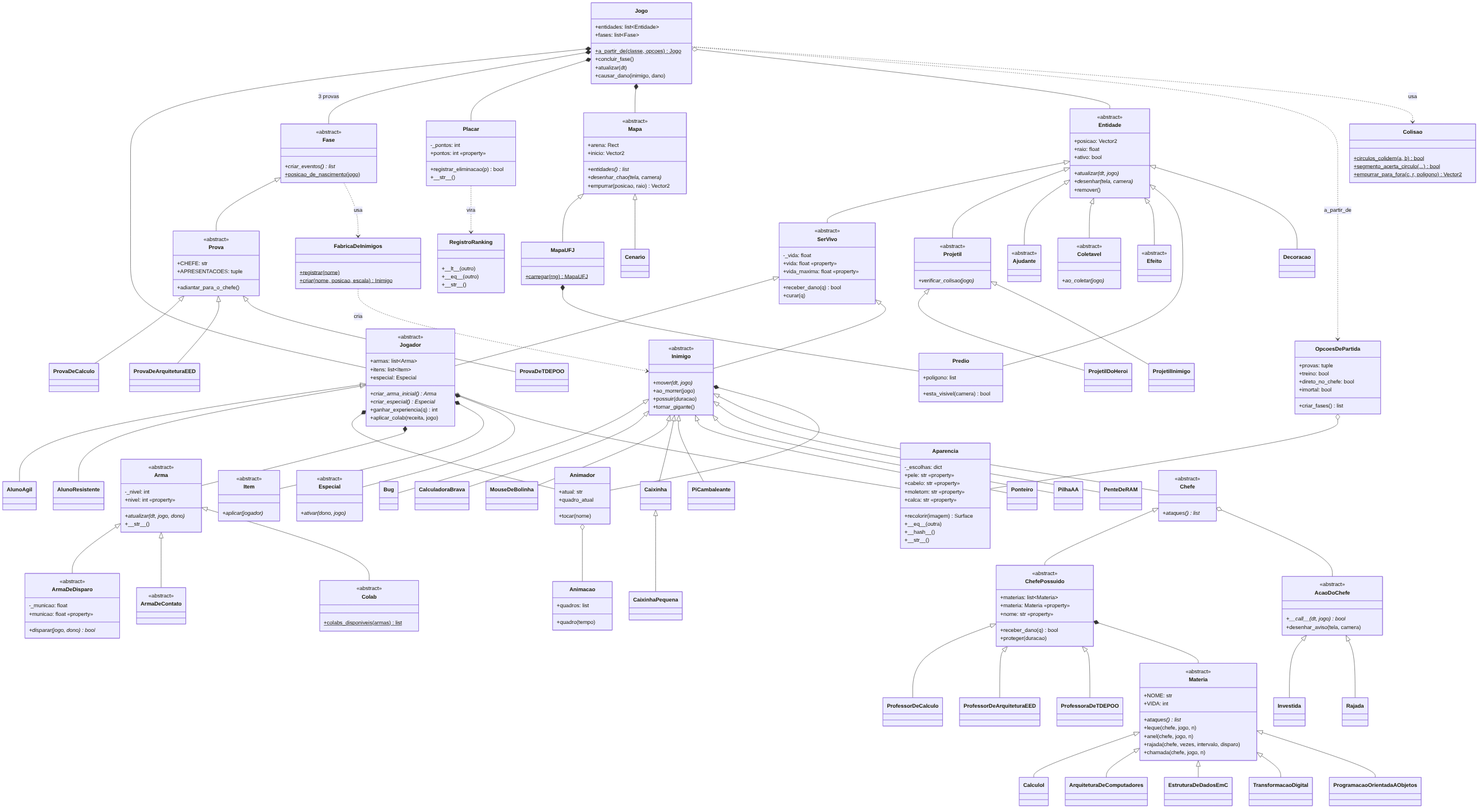
Earlier version of the Mermaid export docs/entregas/diagrama_classes.png (thallersubtil/UFJ-Survivors). Its source is kept beside it as docs/diagrama_classes.mmd.
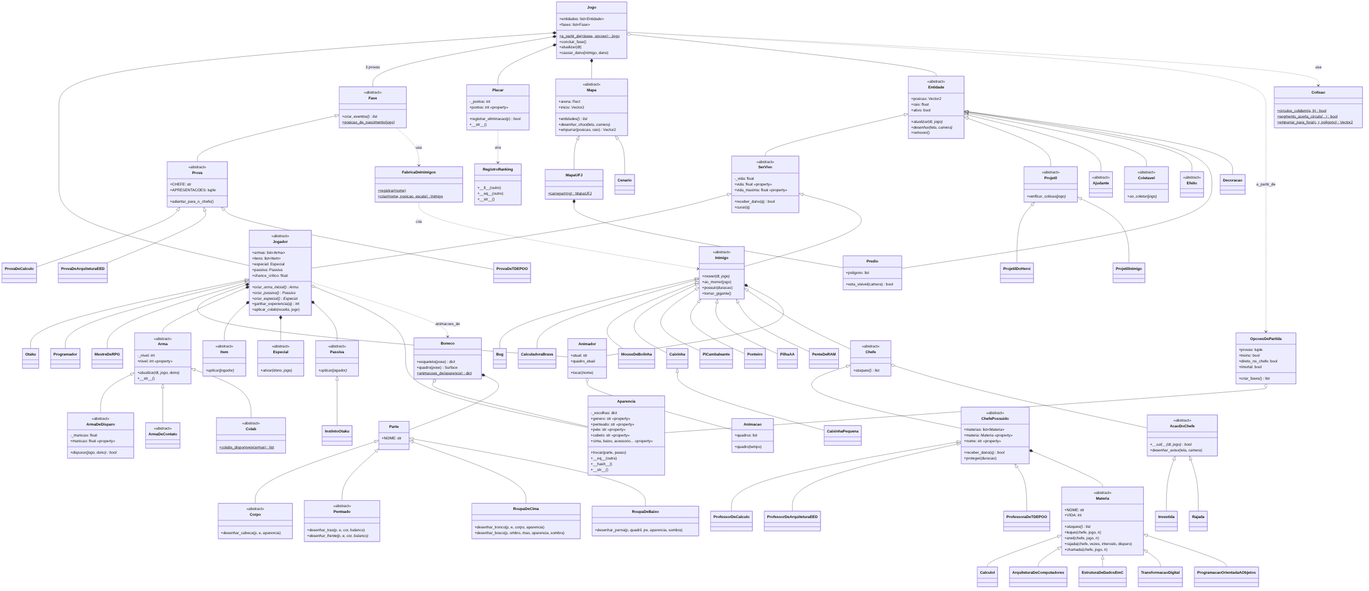
The same file after the commit.

Commit message:
Docs em dia: classes, vagas, boneco e personalização

The edit, as a diff of the source:
```diff
@@ -22,13 +22,17 @@
         +armas: list~Arma~
         +itens: list~Item~
         +especial: Especial
+        +passiva: Passiva
+        +chance_critico: float
         +criar_arma_inicial()* Arma
+        +criar_passiva()* Passiva
         +criar_especial()* Especial
         +ganhar_experiencia(q) int
         +aplicar_colab(receita, jogo)
     }
-    class AlunoAgil
-    class AlunoResistente
+    class Otaku
+    class Programador
+    class MestreDeRPG
     class Inimigo {
         <<abstract>>
         +mover(dt, jogo)*
@@ -126,6 +130,35 @@
         <<abstract>>
         +ativar(dono, jogo)*
     }
+    class Passiva {
+        <<abstract>>
+        +aplicar(jogador)*
+    }
+    class InstintoOtaku
+    class Boneco {
+        +esqueleto(pose) dict
+        +quadro(pose) Surface
+        +animacoes_de(aparencia)$ dict
+    }
+    class Parte {
+        +NOME: str
+    }
+    class Corpo {
+        <<abstract>>
+        +desenhar_cabeca(p, e, aparencia)
+    }
+    class Penteado {
+        <<abstract>>
+        +desenhar_tras(p, e, cor, balanco)
+        +desenhar_frente(p, e, cor, balanco)*
+    }
+    class RoupaDeCima {
+        +desenhar_tronco(p, e, corpo, aparencia)
+        +desenhar_braco(p, ombro, mao, aparencia, sombra)
+    }
+    class RoupaDeBaixo {
+        +desenhar_perna(p, quadril, pe, aparencia, sombra)
+    }
     class Jogo {
         +entidades: list~Entidade~
         +fases: list~Fase~
@@ -188,11 +221,12 @@
     class Decoracao
     class Aparencia {
         -_escolhas: dict
+        +genero: str «property»
+        +penteado: str «property»
         +pele: str «property»
         +cabelo: str «property»
-        +moletom: str «property»
-        +calca: str «property»
-        +recolorir(imagem) Surface
+        +cima, baixo, acessorio... «property»
+        +trocar(parte, passo)
         +#95;#95;eq#95;#95;(outra)
         +#95;#95;hash#95;#95;()
         +#95;#95;str#95;#95;()
@@ -221,8 +255,14 @@
     Entidade <|-- Efeito
     SerVivo <|-- Jogador
     SerVivo <|-- Inimigo
-    Jogador <|-- AlunoAgil
-    Jogador <|-- AlunoResistente
+    Jogador <|-- Otaku
+    Jogador <|-- Programador
+    Jogador <|-- MestreDeRPG
+    Passiva <|-- InstintoOtaku
+    Parte <|-- Corpo
+    Parte <|-- Penteado
+    Parte <|-- RoupaDeCima
+    Parte <|-- RoupaDeBaixo
     Inimigo <|-- Bug
     Inimigo <|-- CalculadoraBrava
     Inimigo <|-- MouseDeBolinha
@@ -272,7 +312,11 @@
     Jogador *-- Arma
     Jogador *-- Item
     Jogador *-- Especial
+    Jogador *-- Passiva
     Jogador o-- Aparencia
+    Jogador ..> Boneco : animacoes_de
+    Boneco o-- Aparencia
+    Boneco *-- Parte
     OpcoesDePartida o-- Aparencia
     Jogo ..> OpcoesDePartida : a_partir_de
     Fase ..> FabricaDeInimigos : usa
```
